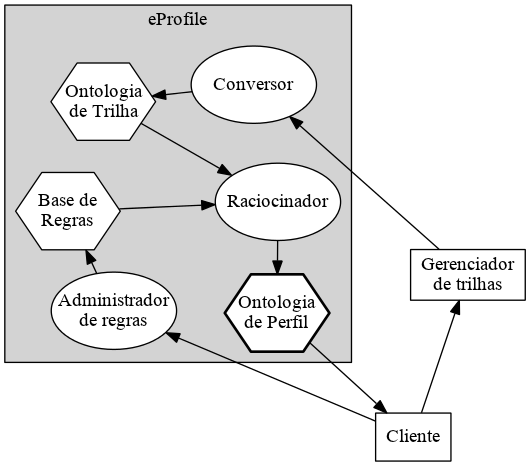
This is academia/dissertacao/textos/graficos/modelo.png from andrenho/andrenho, a Graphviz export, as it was before one commit. Its source is kept beside it as academia/dissertacao/textos/graficos/modelo.dot.
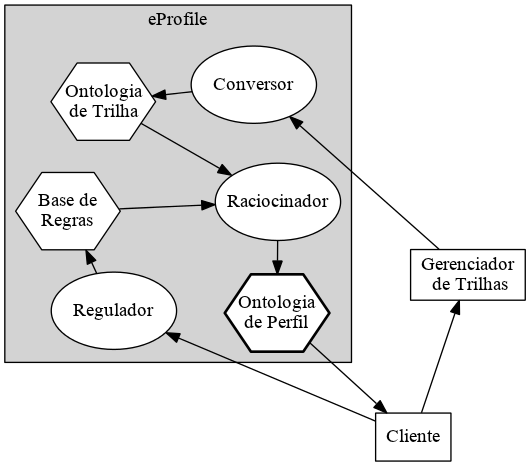
Above is the later version.

Diff of the diagram source:
```diff
@@ -2,29 +2,37 @@
 
   layout = fdp;
   sep = 0.25;
+
   node [style=filled,fillcolor=white];
-  node [shape=box]; "Gerenciador\nde trilhas"; "Cliente";
+
+  node [shape=box];
+    GerenciadorDeTrilhas [label="Gerenciador\n de Trilhas"];
+    Cliente;
+
   node [shape=hexagon,fixedsize=true,width=1.1,height=0.8];
-    "Ontologia\nde Trilha"; "Ontologia\nde Perfil";
-    "Base de\nRegras";
+    OntologiaDeTrilha [label="Ontologia\nde Trilha"];
+    OntologiaDePerfil [label="Ontologia\nde Perfil",style="bold,filled"];
+    BaseDeRegras [label="Base de\nRegras"];
+
   node [shape=oval,fixedsize=true,width=1.3];
+    Regulador;
+    Raciocinador;
+    Conversor;
 
   subgraph cluster_eProfile {
     label = "eProfile";
     style = filled;
     fillcolor = lightgrey;
-    "Ontologia\nde Perfil" [style="bold,filled"];
-    Conversor -> "Ontologia\nde Trilha";
-    "Administrador\nde regras" -> "Base de\nRegras";
-    "Base de\nRegras" -> Raciocinador;
-    "Ontologia\nde Trilha" -> Raciocinador;
-    Raciocinador -> "Ontologia\nde Perfil";
-    rankdir = LR;
+    Conversor -> OntologiaDeTrilha;
+    Regulador -> BaseDeRegras;
+    BaseDeRegras -> Raciocinador;
+    OntologiaDeTrilha -> Raciocinador;
+    Raciocinador -> OntologiaDePerfil;
   }
 
-    "Cliente" -> "Gerenciador\nde trilhas" -> Conversor;
-    "Cliente" -> "Administrador\nde regras";
-    "Ontologia\nde Perfil" -> "Cliente";
+  Cliente -> GerenciadorDeTrilhas -> Conversor;
+  Cliente -> Regulador;
+  OntologiaDePerfil -> Cliente;
 
   fontsize = 12;
 }
```
